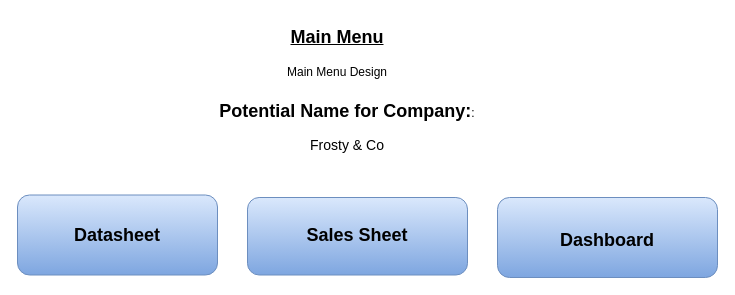
richs2101/Ice-Cream keeps this draw.io diagram as Ice Cream Data Modelling Main Menu Design 2.drawio. Above is the earlier version. Source tidied: cells renumbered, new cells numbered last; positions are measured from the earlier drawing's top-left corner, leaving out a move shared by most shapes. Both pictures are drawn from the tidied source at 100%, with x=0, y=0 at pixel (17, 17).
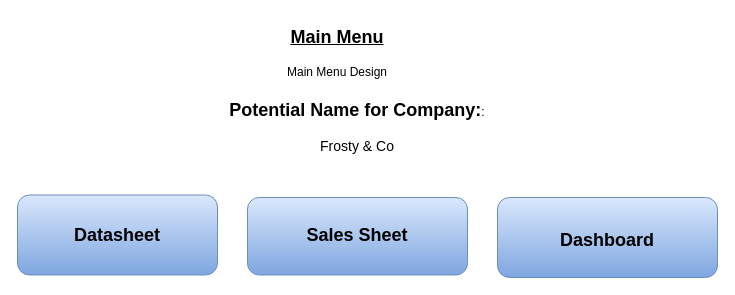
After the change.

Diff of the diagram source:
```diff
@@
 <mxGraphModel background="light-dark(#FFFFFF,#FFFFFF)">
   <root>
     <mxCell id="0" />
     <mxCell id="1" parent="0" />
     <mxCell id="2" value="&lt;font style=&quot;color: light-dark(rgb(0, 0, 0), rgb(0, 0, 0)); font-size: 18px;&quot;&gt;&lt;b&gt;&lt;u&gt;Main Menu&lt;/u&gt;&lt;/b&gt;&lt;/font&gt;" style="text;html=1;whiteSpace=wrap;strokeColor=none;fillColor=none;align=center;verticalAlign=middle;rounded=0;" parent="1" vertex="1">
       <mxGeometry x="260" width="120" height="40" as="geometry" />
     </mxCell>
     <mxCell id="3" value="&lt;font style=&quot;color: light-dark(rgb(0, 0, 0), rgb(0, 0, 0));&quot;&gt;Main Menu Design&lt;/font&gt;" style="text;html=1;whiteSpace=wrap;strokeColor=none;fillColor=none;align=center;verticalAlign=middle;rounded=0;" parent="1" vertex="1">
       <mxGeometry x="260" y="40" width="120" height="30" as="geometry" />
     </mxCell>
-    <mxCell id="4" value="&lt;font style=&quot;color: light-dark(rgb(0, 0, 0), rgb(0, 0, 0));&quot;&gt;&lt;b style=&quot;&quot;&gt;&lt;font style=&quot;font-size: 18px;&quot;&gt;Potential Name for Company:&lt;/font&gt;&lt;/b&gt;:&lt;br&gt;&lt;br&gt;&lt;font style=&quot;font-size: 14px;&quot;&gt;Frosty &amp;amp; Co&lt;/font&gt;&lt;/font&gt;" style="text;html=1;whiteSpace=wrap;strokeColor=none;fillColor=none;align=center;verticalAlign=middle;rounded=0;" parent="1" vertex="1">
-      <mxGeometry x="200" y="70" width="260" height="80" as="geometry" />
+    <mxCell id="4" value="&lt;font style=&quot;color: light-dark(rgb(0, 0, 0), rgb(0, 0, 0));&quot;&gt;&lt;b style=&quot;&quot;&gt;&lt;font style=&quot;font-size: 18px;&quot;&gt;Potential Name for Company:&lt;/font&gt;&lt;/b&gt;:&lt;br&gt;&lt;font style=&quot;font-size: 14px;&quot;&gt;&lt;br&gt;&lt;/font&gt;&lt;/font&gt;&lt;div&gt;&lt;font style=&quot;color: light-dark(rgb(0, 0, 0), rgb(0, 0, 0));&quot;&gt;&lt;font style=&quot;font-size: 14px;&quot;&gt;Frosty &amp;amp; Co&lt;/font&gt;&lt;/font&gt;&lt;/div&gt;" style="text;html=1;whiteSpace=wrap;strokeColor=none;fillColor=none;align=center;verticalAlign=middle;rounded=0;" parent="1" vertex="1">
+      <mxGeometry x="170" y="70" width="340" height="80" as="geometry" />
     </mxCell>
     <mxCell id="5" style="rounded=1;whiteSpace=wrap;html=1;fillColor=#dae8fc;strokeColor=#6c8ebf;gradientColor=#7ea6e0;" parent="1" vertex="1">
       <mxGeometry y="177.5" width="200" height="80" as="geometry" />
     </mxCell>
     <mxCell id="6" value="&lt;font style=&quot;font-size: 18px; color: light-dark(rgb(0, 0, 0), rgb(179, 255, 102));&quot;&gt;&lt;b style=&quot;&quot;&gt;Datasheet&lt;/b&gt;&lt;/font&gt;" style="text;html=1;whiteSpace=wrap;strokeColor=none;fillColor=none;align=center;verticalAlign=middle;rounded=0;" parent="1" vertex="1">
       <mxGeometry x="60" y="197.5" width="80" height="40" as="geometry" />
     </mxCell>
     <mxCell id="7" style="rounded=1;whiteSpace=wrap;html=1;fillColor=#dae8fc;strokeColor=#6c8ebf;gradientColor=#7ea6e0;" parent="1" vertex="1">
       <mxGeometry x="230" y="180" width="220" height="77.5" as="geometry" />
     </mxCell>
     <mxCell id="8" value="&lt;font style=&quot;font-size: 18px; color: light-dark(rgb(0, 0, 0), rgb(179, 255, 102));&quot;&gt;&lt;b style=&quot;&quot;&gt;Sales Sheet&lt;/b&gt;&lt;/font&gt;" style="text;html=1;whiteSpace=wrap;strokeColor=none;fillColor=none;align=center;verticalAlign=middle;rounded=0;" parent="1" vertex="1">
       <mxGeometry x="283" y="182.5" width="114" height="70" as="geometry" />
     </mxCell>
     <mxCell id="9" style="rounded=1;whiteSpace=wrap;html=1;fillColor=#dae8fc;strokeColor=#6c8ebf;gradientColor=#7ea6e0;" parent="1" vertex="1">
       <mxGeometry x="480" y="180" width="220" height="80" as="geometry" />
     </mxCell>
     <mxCell id="10" value="&lt;font style=&quot;font-size: 18px; color: light-dark(rgb(0, 0, 0), rgb(179, 255, 102));&quot;&gt;&lt;b style=&quot;&quot;&gt;Dashboard&lt;/b&gt;&lt;/font&gt;" style="text;html=1;whiteSpace=wrap;strokeColor=none;fillColor=none;align=center;verticalAlign=middle;rounded=0;" parent="1" vertex="1">
       <mxGeometry x="513.1" y="200" width="153.8" height="45" as="geometry" />
     </mxCell>
   </root>
 </mxGraphModel>
```
